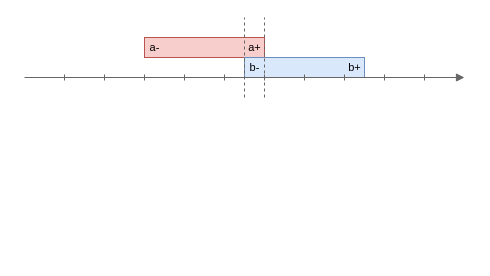
Earlier version of the draw.io diagram page "ToSave" (1 of 4) of res/resources.drawio (gchudnov/mindthegap). Source tidied: cells renumbered, new cells numbered last; positions are measured from the earlier drawing's top-left corner, leaving out a move shared by most shapes. Both pictures are drawn from the tidied source at 100%, with x=0, y=0 at pixel (24, 17).
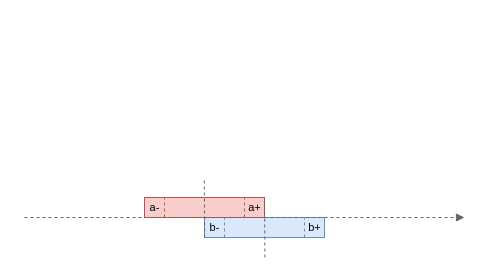
The same diagram, later.

What changed in the source:
```diff
@@
-    <mxCell id="2" style="group;" parent="1" vertex="1">
-      <mxGeometry x="120" y="20" width="120" height="20" as="geometry" />
-    </mxCell>
+    <mxCell id="24" style="group;" parent="1" vertex="1">
+      <mxGeometry x="180" y="200" width="120" height="20" as="geometry" />
+    </mxCell>
+    <mxCell id="7" style="rounded=0;whiteSpace=wrap;html=1;fontSize=12;strokeWidth=1;fillColor=#dae8fc;strokeColor=#6c8ebf;" parent="24" vertex="1">
+      <mxGeometry width="120" height="20" as="geometry" />
+    </mxCell>
+    <mxCell id="8" value="b-" style="text;html=1;strokeColor=none;fillColor=none;align=center;verticalAlign=middle;rounded=0;fontSize=11;" parent="24" vertex="1">
+      <mxGeometry width="20" height="20" as="geometry" />
+    </mxCell>
+    <mxCell id="9" value="b+" style="text;strokeColor=none;fillColor=none;align=center;verticalAlign=middle;rounded=0;fontSize=11;html=1;spacing=2;" parent="24" vertex="1">
+      <mxGeometry x="100" width="20" height="20" as="geometry" />
+    </mxCell>
+    <mxCell id="25" style="endArrow=none;dashed=1;html=1;strokeWidth=1;fontSize=11;fillColor=#dae8fc;strokeColor=#6c8ebf;" parent="24" edge="1">
+      <mxGeometry relative="1" as="geometry">
+        <mxPoint x="100" y="20" as="sourcePoint" />
+        <mxPoint x="100" as="targetPoint" />
+      </mxGeometry>
+    </mxCell>
+    <mxCell id="26" style="endArrow=none;dashed=1;html=1;strokeWidth=1;fontSize=11;fillColor=#dae8fc;strokeColor=#6c8ebf;" parent="24" edge="1">
+      <mxGeometry relative="1" as="geometry">
+        <mxPoint x="20" y="20" as="sourcePoint" />
+        <mxPoint x="20" as="targetPoint" />
+      </mxGeometry>
+    </mxCell>
+    <mxCell id="27" style="group;" parent="1" vertex="1">
+      <mxGeometry x="120" y="180" width="120" height="20" as="geometry" />
+    </mxCell>
-    <mxCell id="3" style="rounded=0;whiteSpace=wrap;html=1;fontSize=12;strokeWidth=1;fillColor=#f8cecc;strokeColor=#b85450;" parent="2" vertex="1">
+    <mxCell id="3" style="rounded=0;whiteSpace=wrap;html=1;fontSize=12;strokeWidth=1;fillColor=#f8cecc;strokeColor=#b85450;" parent="27" vertex="1">
       <mxGeometry width="120" height="20" as="geometry" />
     </mxCell>
-    <mxCell id="4" value="&lt;p style=&quot;line-height: 1.2&quot;&gt;a-&lt;/p&gt;" style="text;html=1;strokeColor=none;fillColor=none;align=center;verticalAlign=middle;rounded=0;fontSize=11;labelPosition=center;verticalLabelPosition=middle;horizontal=1;" parent="2" vertex="1">
+    <mxCell id="4" value="&lt;p style=&quot;line-height: 1.2&quot;&gt;a-&lt;/p&gt;" style="text;html=1;strokeColor=none;fillColor=none;align=center;verticalAlign=middle;rounded=0;fontSize=11;labelPosition=center;verticalLabelPosition=middle;horizontal=1;" parent="27" vertex="1">
       <mxGeometry width="20" height="20" as="geometry" />
     </mxCell>
-    <mxCell id="5" value="a+" style="text;html=1;strokeColor=none;fillColor=none;align=center;verticalAlign=middle;rounded=0;fontSize=11;spacing=2;" parent="2" vertex="1">
+    <mxCell id="5" value="a+" style="text;html=1;strokeColor=none;fillColor=none;align=center;verticalAlign=middle;rounded=0;fontSize=11;spacing=2;" parent="27" vertex="1">
       <mxGeometry x="100" width="20" height="20" as="geometry" />
     </mxCell>
-    <mxCell id="6" style="group;" parent="1" vertex="1">
-      <mxGeometry x="220" y="40" width="120" height="20" as="geometry" />
-    </mxCell>
-    <mxCell id="7" style="rounded=0;whiteSpace=wrap;html=1;fontSize=12;strokeWidth=1;fillColor=#dae8fc;strokeColor=#6c8ebf;" parent="6" vertex="1">
-      <mxGeometry width="120" height="20" as="geometry" />
-    </mxCell>
-    <mxCell id="8" value="b-" style="text;html=1;strokeColor=none;fillColor=none;align=center;verticalAlign=middle;rounded=0;fontSize=11;" parent="6" vertex="1">
-      <mxGeometry width="20" height="20" as="geometry" />
-    </mxCell>
-    <mxCell id="9" value="b+" style="text;strokeColor=none;fillColor=none;align=center;verticalAlign=middle;rounded=0;fontSize=11;html=1;spacing=2;" parent="6" vertex="1">
-      <mxGeometry x="100" width="20" height="20" as="geometry" />
-    </mxCell>
-    <mxCell id="10" style="group;" parent="1" vertex="1">
-      <mxGeometry y="57" width="440" height="6" as="geometry" />
-    </mxCell>
-    <mxCell id="11" style="endArrow=block;html=1;fontSize=12;strokeWidth=1;fillColor=#f5f5f5;strokeColor=#666666;endFill=1;" parent="10" edge="1">
-      <mxGeometry relative="1" as="geometry">
-        <mxPoint y="3" as="sourcePoint" />
-        <mxPoint x="440" y="3" as="targetPoint" />
-      </mxGeometry>
-    </mxCell>
-    <mxCell id="12" style="endArrow=none;html=1;fontSize=12;spacing=2;strokeWidth=1;fillColor=#f5f5f5;strokeColor=#666666;" parent="10" edge="1">
-      <mxGeometry relative="1" as="geometry">
-        <mxPoint x="80" y="6" as="sourcePoint" />
-        <mxPoint x="80" as="targetPoint" />
-      </mxGeometry>
-    </mxCell>
-    <mxCell id="13" style="endArrow=none;html=1;fontSize=12;spacing=2;strokeWidth=1;fillColor=#f5f5f5;strokeColor=#666666;" parent="10" edge="1">
-      <mxGeometry relative="1" as="geometry">
-        <mxPoint x="120" y="6" as="sourcePoint" />
-        <mxPoint x="120" as="targetPoint" />
-      </mxGeometry>
-    </mxCell>
-    <mxCell id="14" style="endArrow=none;html=1;fontSize=12;spacing=2;strokeWidth=1;fillColor=#f5f5f5;strokeColor=#666666;" parent="10" edge="1">
-      <mxGeometry relative="1" as="geometry">
-        <mxPoint x="160" y="6" as="sourcePoint" />
-        <mxPoint x="160" as="targetPoint" />
-      </mxGeometry>
-    </mxCell>
-    <mxCell id="15" style="endArrow=none;html=1;fontSize=12;spacing=2;strokeWidth=1;fillColor=#f5f5f5;strokeColor=#666666;" parent="10" edge="1">
-      <mxGeometry relative="1" as="geometry">
-        <mxPoint x="200" y="6" as="sourcePoint" />
-        <mxPoint x="200" as="targetPoint" />
-      </mxGeometry>
-    </mxCell>
-    <mxCell id="16" style="endArrow=none;html=1;fontSize=12;spacing=2;strokeWidth=1;fillColor=#f5f5f5;strokeColor=#666666;" parent="10" edge="1">
-      <mxGeometry relative="1" as="geometry">
-        <mxPoint x="240" y="6" as="sourcePoint" />
-        <mxPoint x="240" as="targetPoint" />
-      </mxGeometry>
-    </mxCell>
-    <mxCell id="17" style="endArrow=none;html=1;fontSize=12;spacing=2;strokeWidth=1;fillColor=#f5f5f5;strokeColor=#666666;" parent="10" edge="1">
-      <mxGeometry relative="1" as="geometry">
-        <mxPoint x="280" y="6" as="sourcePoint" />
-        <mxPoint x="280" as="targetPoint" />
-      </mxGeometry>
-    </mxCell>
-    <mxCell id="18" style="endArrow=none;html=1;fontSize=12;spacing=2;strokeWidth=1;fillColor=#f5f5f5;strokeColor=#666666;" parent="10" edge="1">
-      <mxGeometry relative="1" as="geometry">
-        <mxPoint x="320" y="6" as="sourcePoint" />
-        <mxPoint x="320" as="targetPoint" />
-      </mxGeometry>
-    </mxCell>
-    <mxCell id="19" style="endArrow=none;html=1;fontSize=12;spacing=2;strokeWidth=1;fillColor=#f5f5f5;strokeColor=#666666;" parent="10" edge="1">
-      <mxGeometry relative="1" as="geometry">
-        <mxPoint x="360" y="6" as="sourcePoint" />
-        <mxPoint x="360" as="targetPoint" />
-      </mxGeometry>
-    </mxCell>
-    <mxCell id="20" style="endArrow=none;html=1;fontSize=12;spacing=2;strokeWidth=1;fillColor=#f5f5f5;strokeColor=#666666;" parent="10" edge="1">
-      <mxGeometry relative="1" as="geometry">
-        <mxPoint x="40" y="6" as="sourcePoint" />
-        <mxPoint x="40" as="targetPoint" />
-      </mxGeometry>
-    </mxCell>
-    <mxCell id="21" style="endArrow=none;html=1;fontSize=12;spacing=2;strokeWidth=1;fillColor=#f5f5f5;strokeColor=#666666;" parent="10" edge="1">
-      <mxGeometry relative="1" as="geometry">
-        <mxPoint x="400" y="6" as="sourcePoint" />
-        <mxPoint x="400" as="targetPoint" />
-      </mxGeometry>
-    </mxCell>
-    <mxCell id="22" style="endArrow=none;dashed=1;html=1;strokeWidth=1;fontSize=11;fillColor=#f5f5f5;strokeColor=#666666;" parent="1" edge="1">
-      <mxGeometry relative="1" as="geometry">
-        <mxPoint x="240" y="80" as="sourcePoint" />
-        <mxPoint x="240" as="targetPoint" />
-      </mxGeometry>
-    </mxCell>
-    <mxCell id="23" style="endArrow=none;dashed=1;html=1;strokeWidth=1;fontSize=11;fillColor=#f5f5f5;strokeColor=#666666;" parent="1" edge="1">
-      <mxGeometry relative="1" as="geometry">
-        <mxPoint x="220" y="80" as="sourcePoint" />
-        <mxPoint x="220" as="targetPoint" />
-      </mxGeometry>
-    </mxCell>
+    <mxCell id="28" style="endArrow=none;dashed=1;html=1;strokeWidth=1;fontSize=11;fillColor=#f8cecc;strokeColor=#b85450;" parent="27" edge="1">
+      <mxGeometry relative="1" as="geometry">
+        <mxPoint x="100" y="20" as="sourcePoint" />
+        <mxPoint x="100" as="targetPoint" />
+      </mxGeometry>
+    </mxCell>
+    <mxCell id="29" style="endArrow=none;dashed=1;html=1;strokeWidth=1;fontSize=11;fillColor=#f8cecc;strokeColor=#b85450;" parent="27" edge="1">
+      <mxGeometry relative="1" as="geometry">
+        <mxPoint x="20" y="20" as="sourcePoint" />
+        <mxPoint x="20" as="targetPoint" />
+      </mxGeometry>
+    </mxCell>
+    <mxCell id="30" style="endArrow=none;dashed=1;html=1;strokeWidth=1;fontSize=11;fillColor=#f5f5f5;strokeColor=#666666;" parent="1" edge="1">
+      <mxGeometry relative="1" as="geometry">
+        <mxPoint x="240.4" y="240" as="sourcePoint" />
+        <mxPoint x="240" y="180" as="targetPoint" />
+      </mxGeometry>
+    </mxCell>
+    <mxCell id="31" style="endArrow=none;dashed=1;html=1;strokeWidth=1;fontSize=11;fillColor=#f5f5f5;strokeColor=#666666;" parent="1" edge="1">
+      <mxGeometry relative="1" as="geometry">
+        <mxPoint x="180.2" y="220" as="sourcePoint" />
+        <mxPoint x="179.8" y="160" as="targetPoint" />
+      </mxGeometry>
+    </mxCell>
+    <mxCell id="32" style="endArrow=block;html=1;fontSize=12;strokeWidth=1;fillColor=#f5f5f5;strokeColor=#666666;endFill=1;dashed=1;" parent="1" edge="1">
+      <mxGeometry relative="1" as="geometry">
+        <mxPoint y="200" as="sourcePoint" />
+        <mxPoint x="440" y="200" as="targetPoint" />
+      </mxGeometry>
+    </mxCell>
```
